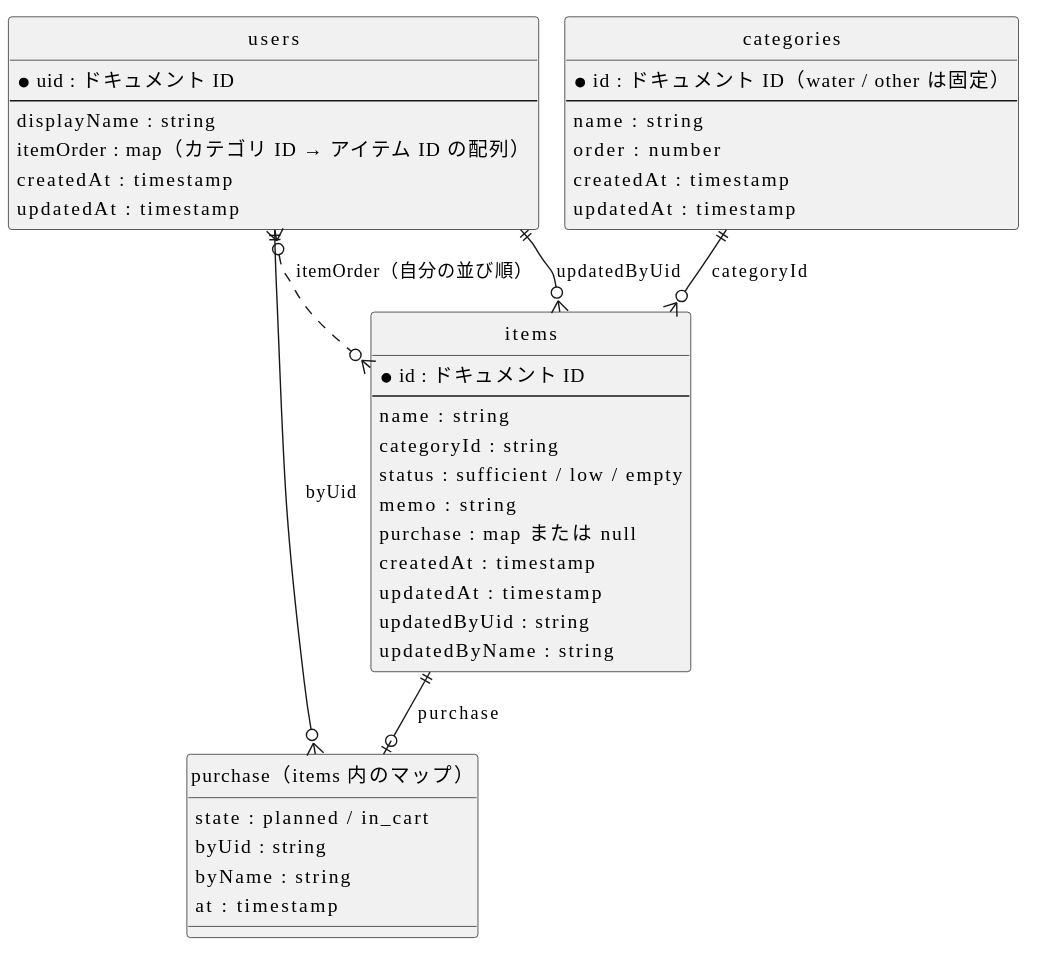
Before: design/data/diagrams/er.svg, a diagram exported from PlantUML (LASC-SINCE2015/LivingManager).
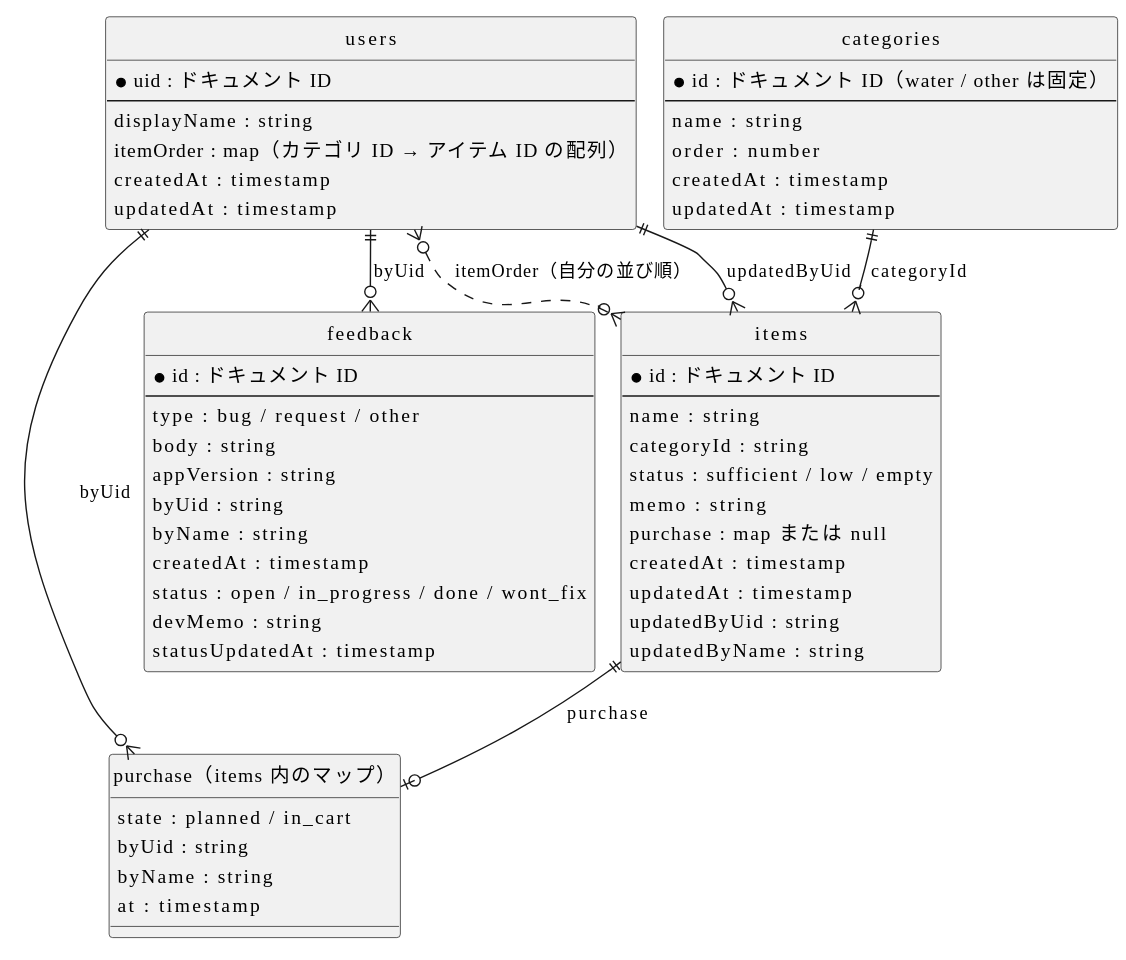
After the commit.

Diff of the diagram source:
```diff
@@ -42,7 +42,22 @@
   at : timestamp
 }
 
+entity "feedback" as feedback {
+  * id : ドキュメント ID
+  --
+  type : bug / request / other
+  body : string
+  appVersion : string
+  byUid : string
+  byName : string
+  createdAt : timestamp
+  status : open / in_progress / done / wont_fix
+  devMemo : string
+  statusUpdatedAt : timestamp
+}
+
 categories ||--o{ items : categoryId
+users ||--o{ feedback : byUid
 users ||--o{ items : updatedByUid
 items ||--o| purchase : purchase
 users ||--o{ purchase : byUid
```
